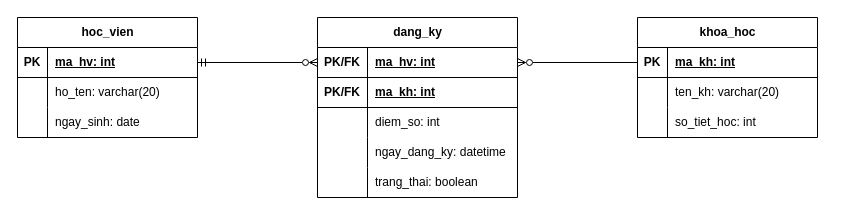
Before: bai2.drawio in ducmanht6/TranDucManh_B25DTCN252_IT105-K25_Session16_BT2, a draw.io diagram. Source tidied: cells renumbered, new cells numbered last; positions are measured from the earlier drawing's top-left corner, leaving out a move shared by most shapes. Both pictures are drawn from the tidied source at 100%, with x=0, y=0 at pixel (17, 17).
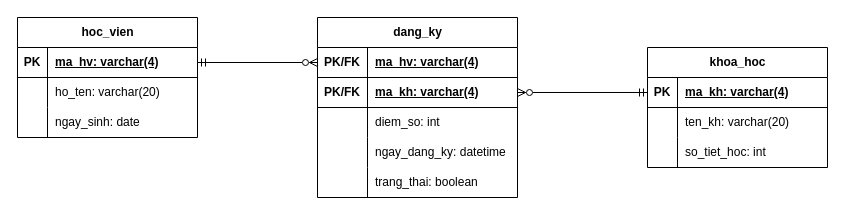
After the change.

The change refers to these unchanged cells:
```xml
<mxCell id="3" style="shape=tableRow;horizontal=0;startSize=0;swimlaneHead=0;swimlaneBody=0;fillColor=none;points=[[0,0.5],[1,0.5]];portConstraint=eastwest;top=0;left=0;right=0;bottom=1;" parent="2" vertex="1">
  <mxGeometry y="30" width="180" height="30" as="geometry" />
</mxCell>
<mxCell id="13" style="shape=tableRow;horizontal=0;startSize=0;swimlaneHead=0;swimlaneBody=0;fillColor=none;points=[[0,0.5],[1,0.5]];portConstraint=eastwest;top=0;left=0;right=0;bottom=1;" parent="12" vertex="1">
  <mxGeometry y="30" width="180" height="30" as="geometry" />
</mxCell>
<mxCell id="23" style="shape=tableRow;horizontal=0;startSize=0;swimlaneHead=0;swimlaneBody=0;fillColor=none;points=[[0,0.5],[1,0.5]];portConstraint=eastwest;top=0;left=0;right=0;bottom=1;" parent="22" vertex="1">
  <mxGeometry y="30" width="200" height="30" as="geometry" />
</mxCell>
<mxCell id="26" style="shape=tableRow;horizontal=0;startSize=0;swimlaneHead=0;swimlaneBody=0;fillColor=none;points=[[0,0.5],[1,0.5]];portConstraint=eastwest;top=0;left=0;right=0;bottom=1;" parent="22" vertex="1">
  <mxGeometry y="60" width="200" height="30" as="geometry" />
</mxCell>
```

Change to the diagram source:
```diff
@@
-    <mxCell id="5" value="ma_hv: int" style="shape=partialRectangle;fillColor=none;top=0;left=0;bottom=0;right=0;align=left;spacingLeft=6;fontStyle=5;overflow=hidden;whiteSpace=wrap;html=1;" parent="3" vertex="1">
+    <mxCell id="5" value="ma_hv: varchar(4)" style="shape=partialRectangle;fillColor=none;top=0;left=0;bottom=0;right=0;align=left;spacingLeft=6;fontStyle=5;overflow=hidden;whiteSpace=wrap;html=1;" parent="3" vertex="1">
       <mxGeometry x="30" width="150" height="30" as="geometry" />
     </mxCell>
@@
     <mxCell id="12" value="khoa_hoc" style="shape=table;startSize=30;childLayout=tableLayout;rowLines=0;fontStyle=1;align=center;html=1;" parent="1" vertex="1">
-      <mxGeometry x="620" width="180" height="120" as="geometry" />
+      <mxGeometry x="630" y="30" width="180" height="120" as="geometry" />
     </mxCell>
@@
-    <mxCell id="15" value="ma_kh: int" style="shape=partialRectangle;fillColor=none;top=0;left=0;bottom=0;right=0;align=left;spacingLeft=6;fontStyle=5;overflow=hidden;whiteSpace=wrap;html=1;" parent="13" vertex="1">
+    <mxCell id="15" value="ma_kh: varchar(4)" style="shape=partialRectangle;fillColor=none;top=0;left=0;bottom=0;right=0;align=left;spacingLeft=6;fontStyle=5;overflow=hidden;whiteSpace=wrap;html=1;" parent="13" vertex="1">
       <mxGeometry x="30" width="150" height="30" as="geometry" />
     </mxCell>
@@
-    <mxCell id="25" value="ma_hv: int" style="shape=partialRectangle;fillColor=none;top=0;left=0;bottom=0;right=0;align=left;spacingLeft=6;fontStyle=5;overflow=hidden;whiteSpace=wrap;html=1;" parent="23" vertex="1">
+    <mxCell id="25" value="ma_hv: varchar(4)" style="shape=partialRectangle;fillColor=none;top=0;left=0;bottom=0;right=0;align=left;spacingLeft=6;fontStyle=5;overflow=hidden;whiteSpace=wrap;html=1;" parent="23" vertex="1">
       <mxGeometry x="50" width="150" height="30" as="geometry" />
     </mxCell>
@@
-    <mxCell id="28" value="ma_kh: int" style="shape=partialRectangle;fillColor=none;top=0;left=0;bottom=0;right=0;align=left;spacingLeft=6;fontStyle=5;overflow=hidden;whiteSpace=wrap;html=1;" parent="26" vertex="1">
+    <mxCell id="28" value="ma_kh: varchar(4)" style="shape=partialRectangle;fillColor=none;top=0;left=0;bottom=0;right=0;align=left;spacingLeft=6;fontStyle=5;overflow=hidden;whiteSpace=wrap;html=1;" parent="26" vertex="1">
       <mxGeometry x="50" width="150" height="30" as="geometry" />
     </mxCell>
@@
-    <mxCell id="38" style="edgeStyle=orthogonalEdgeStyle;rounded=0;jettySize=auto;html=1;startArrow=ERzeroToMany;startFill=0;endArrow=none;endFill=0;" parent="1" edge="1" source="23" target="13">
-      <mxGeometry relative="1" as="geometry" />
-    </mxCell>
@@
+    <mxCell id="40" style="edgeStyle=orthogonalEdgeStyle;rounded=0;jettySize=auto;html=1;entryX=0;entryY=0.5;entryDx=0;entryDy=0;startArrow=ERzeroToMany;startFill=0;endArrow=ERmandOne;endFill=0;" parent="1" edge="1" source="26" target="13">
+      <mxGeometry relative="1" as="geometry" />
+    </mxCell>
```
